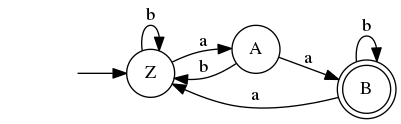
This is graph.png from dmarkov00/practical-automata, a Graphviz export, as it was before one commit. Its source is kept beside it as graph.dot.
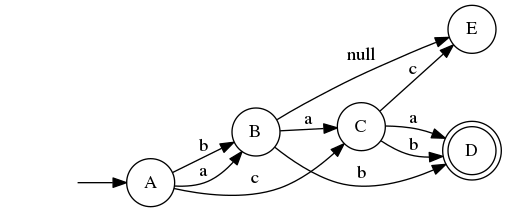
The same file after the commit.

Change to the diagram source:
```diff
@@ -2,14 +2,19 @@
 rankdir=LR;
 "" [shape=none]
 
-"Z" [shape=circle]
 "A" [shape=circle]
-"B" [shape=doublecircle]
-"" -> "Z"
-"Z" -> "A"[label="a"]
-"Z" -> "Z"[label="b"]
-"A" -> "Z"[label="b"]
+"B" [shape=circle]
+"C" [shape=circle]
+"D" [shape=doublecircle]
+"E" [shape=circle]
+"" -> "A"
 "A" -> "B"[label="a"]
-"B" -> "B"[label="b"]
-"B" -> "Z"[label="a"]
+"A" -> "B"[label="b"]
+"A" -> "C"[label="c"]
+"B" -> "D"[label="b"]
+"B" -> "C"[label="a"]
+"B" -> "E"[label="null"]
+"C" -> "D"[label="a"]
+"C" -> "D"[label="b"]
+"C" -> "E"[label="c"]
 }
```
